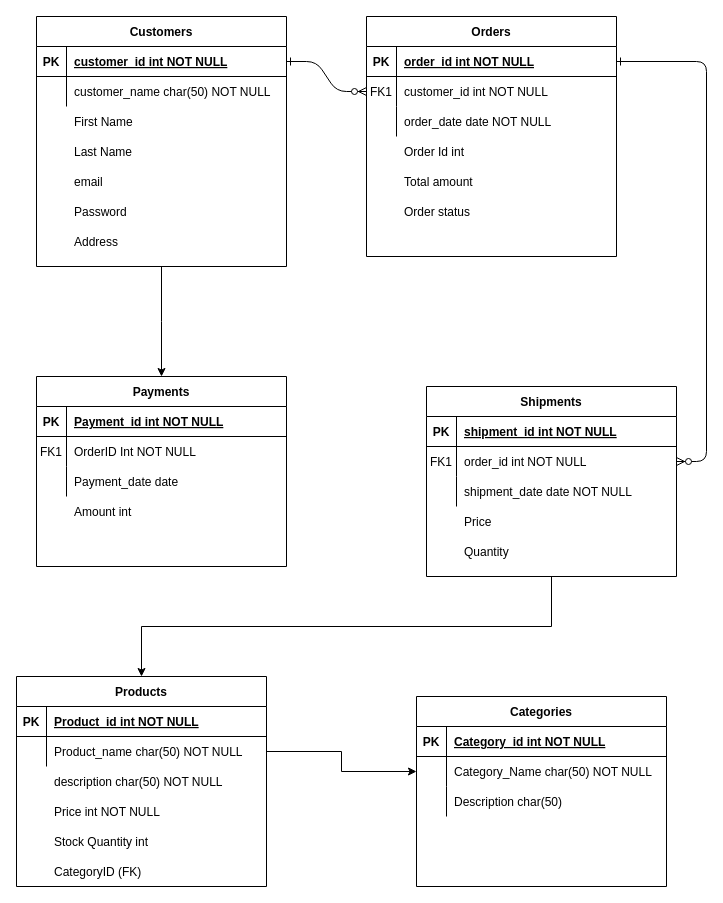
This is ecomapp/public/ecommapp.drawio from Basmo90/ecomm-app, a draw.io file, before an edit. Source tidied: cells renumbered, new cells numbered last; positions are measured from the earlier drawing's top-left corner, leaving out a move shared by most shapes. Both pictures are drawn from the tidied source at 100%, with x=0, y=0 at pixel (16, 16).
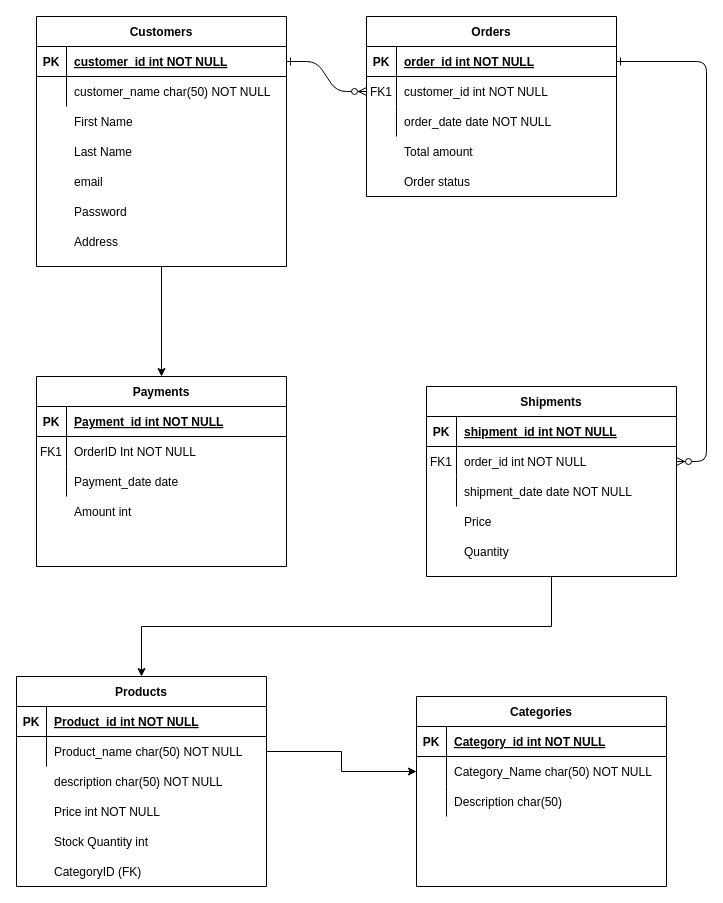
Above is the later version.

Change to the diagram source:
```diff
@@
     <mxCell id="4" value="Orders" style="shape=table;startSize=30;childLayout=tableLayout;rowLines=0;fontStyle=1;align=center;" parent="1" vertex="1">
-      <mxGeometry x="350" width="250" height="240" as="geometry" />
+      <mxGeometry x="350" width="250" height="180" as="geometry" />
     </mxCell>
@@
-    <mxCell id="27" value="Order Id int" style="shape=partialRectangle;overflow=hidden;fillColor=none;top=0;left=0;bottom=0;right=0;align=left;spacingLeft=6;" parent="1" vertex="1">
-      <mxGeometry x="380" y="120" width="220" height="30" as="geometry" />
-    </mxCell>
     <mxCell id="28" value="Total amount" style="shape=partialRectangle;overflow=hidden;fillColor=none;top=0;left=0;bottom=0;right=0;align=left;spacingLeft=6;" parent="1" vertex="1">
-      <mxGeometry x="380" y="150" width="220" height="30" as="geometry" />
+      <mxGeometry x="380" y="120" width="220" height="30" as="geometry" />
     </mxCell>
     <mxCell id="29" value="Order status" style="shape=partialRectangle;overflow=hidden;fillColor=none;top=0;left=0;bottom=0;right=0;align=left;spacingLeft=6;" parent="1" vertex="1">
-      <mxGeometry x="380" y="180" width="220" height="30" as="geometry" />
+      <mxGeometry x="380" y="150" width="220" height="30" as="geometry" />
     </mxCell>
```
